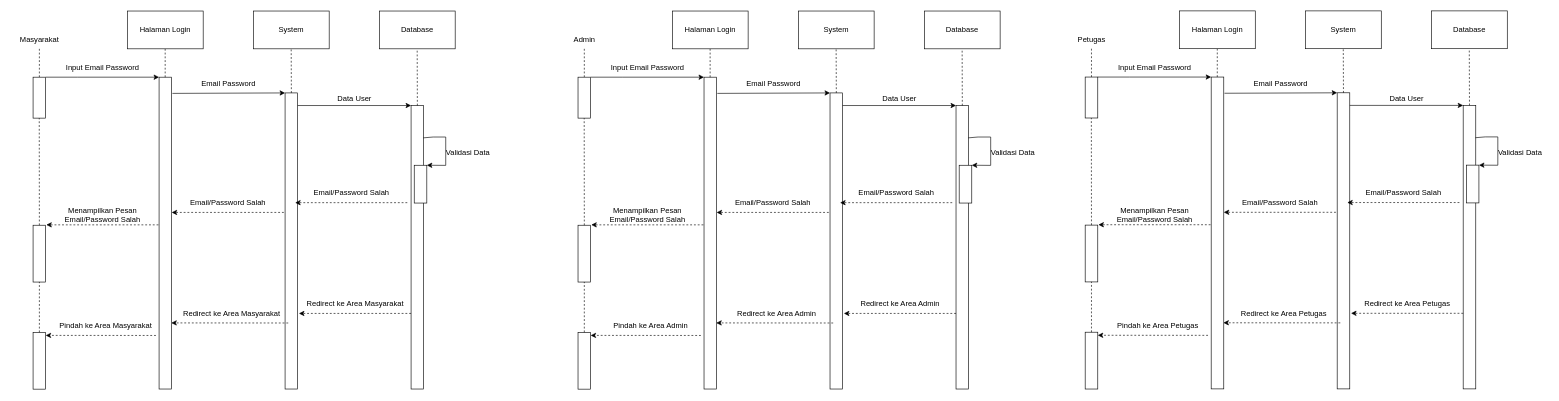
Earlier version of the draw.io diagram page "Sequence Digram (Login)" (9 of 12) of Untitled Diagram.drawio (Enricko/UML). Source tidied: cells renumbered, new cells numbered last; positions are measured from the earlier drawing's top-left corner, leaving out a move shared by most shapes. Both pictures are drawn from the tidied source at 63%, with x=0, y=0 at pixel (11, 11).
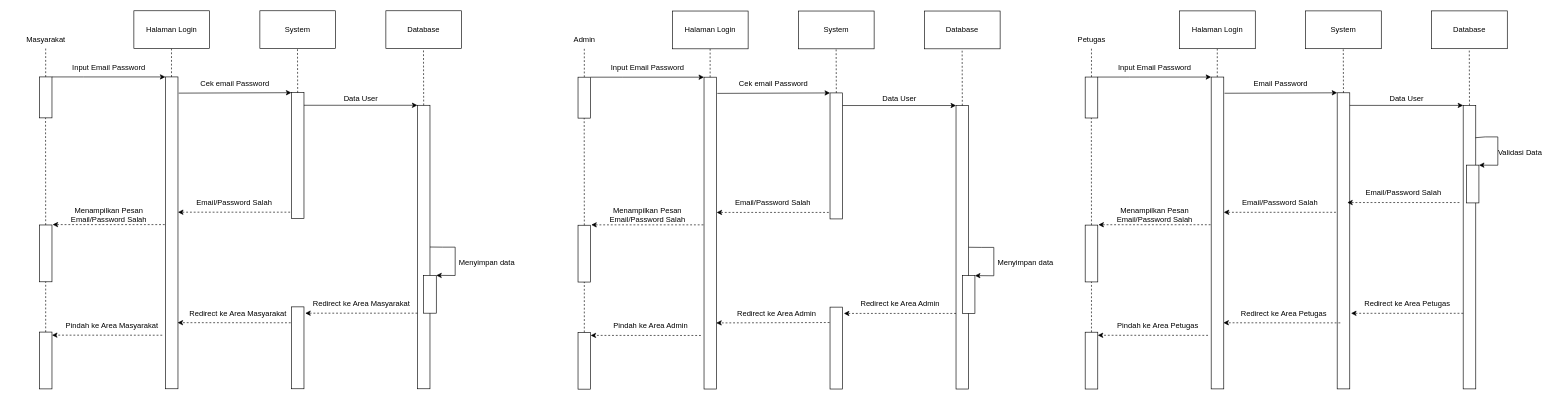
The same page after the edit.

The change refers to these unchanged cells:
```xml
<mxCell id="43" style="rounded=0;whiteSpace=wrap;html=1;" parent="1" vertex="1">
  <mxGeometry x="1100" y="105" width="20" height="495" as="geometry" />
</mxCell>
<mxCell id="52" style="rounded=0;whiteSpace=wrap;html=1;" parent="1" vertex="1">
  <mxGeometry x="1500" y="150" width="20" height="450" as="geometry" />
</mxCell>
```

What changed in the source:
```diff
@@
-    <mxCell id="2" style="endArrow=none;dashed=1;html=1;rounded=0;exitX=0.5;exitY=0;exitDx=0;exitDy=0;" parent="1" edge="1" source="5" target="3">
-      <mxGeometry relative="1" as="geometry" />
-    </mxCell>
-    <mxCell id="3" value="Masyarakat" style="text;html=1;align=center;verticalAlign=middle;points=[];strokeColor=none;fillColor=none;" parent="1" vertex="1">
-      <mxGeometry y="30" width="90" height="30" as="geometry" />
-    </mxCell>
-    <mxCell id="4" style="edgeStyle=orthogonalEdgeStyle;rounded=0;jettySize=auto;html=1;exitX=1;exitY=0;exitDx=0;exitDy=0;entryX=0;entryY=0;entryDx=0;entryDy=0;" parent="1" edge="1" source="5" target="6">
-      <mxGeometry relative="1" as="geometry">
-        <Array as="points">
-          <mxPoint x="105" y="105" />
-          <mxPoint x="105" y="105" />
-        </Array>
-      </mxGeometry>
-    </mxCell>
-    <mxCell id="5" style="rounded=0;whiteSpace=wrap;html=1;" parent="1" vertex="1">
-      <mxGeometry x="35" y="105" width="20" height="65" as="geometry" />
-    </mxCell>
-    <mxCell id="6" style="rounded=0;whiteSpace=wrap;html=1;" parent="1" vertex="1">
-      <mxGeometry x="235" y="105" width="20" height="495" as="geometry" />
-    </mxCell>
-    <mxCell id="7" style="endArrow=none;dashed=1;html=1;rounded=0;exitX=0.5;exitY=0;exitDx=0;exitDy=0;" parent="1" edge="1">
-      <mxGeometry relative="1" as="geometry">
-        <mxPoint x="244.7" y="105" as="sourcePoint" />
-        <mxPoint x="244.7" y="60" as="targetPoint" />
-      </mxGeometry>
-    </mxCell>
-    <mxCell id="8" value="Halaman Login" style="whiteSpace=wrap;html=1;" parent="1" vertex="1">
-      <mxGeometry x="185" width="120" height="60" as="geometry" />
-    </mxCell>
-    <mxCell id="9" style="rounded=0;whiteSpace=wrap;html=1;" parent="1" vertex="1">
-      <mxGeometry x="435" y="130" width="20" height="470" as="geometry" />
-    </mxCell>
-    <mxCell id="10" style="endArrow=none;dashed=1;html=1;rounded=0;exitX=0.5;exitY=0;exitDx=0;exitDy=0;" parent="1" edge="1" source="9">
-      <mxGeometry relative="1" as="geometry">
-        <mxPoint x="444.7" y="60" as="targetPoint" />
-      </mxGeometry>
-    </mxCell>
-    <mxCell id="11" value="System" style="whiteSpace=wrap;html=1;" parent="1" vertex="1">
-      <mxGeometry x="385" width="120" height="60" as="geometry" />
-    </mxCell>
-    <mxCell id="12" style="endArrow=classic;html=1;rounded=0;exitX=1.057;exitY=0.052;exitDx=0;exitDy=0;entryX=0;entryY=0;entryDx=0;entryDy=0;exitPerimeter=0;" parent="1" edge="1" source="6" target="9">
-      <mxGeometry relative="1" as="geometry" />
-    </mxCell>
-    <mxCell id="13" value="Input Email Password" style="text;html=1;align=center;verticalAlign=middle;strokeColor=none;fillColor=none;" parent="1" vertex="1">
-      <mxGeometry x="75" y="75" width="140" height="30" as="geometry" />
-    </mxCell>
-    <mxCell id="14" value="Email Password" style="text;html=1;align=center;verticalAlign=middle;strokeColor=none;fillColor=none;" parent="1" vertex="1">
-      <mxGeometry x="290" y="100" width="110" height="30" as="geometry" />
-    </mxCell>
-    <mxCell id="15" style="rounded=0;whiteSpace=wrap;html=1;" parent="1" vertex="1">
-      <mxGeometry x="635" y="150" width="20" height="450" as="geometry" />
-    </mxCell>
-    <mxCell id="16" style="endArrow=none;dashed=1;html=1;rounded=0;exitX=0.5;exitY=0;exitDx=0;exitDy=0;" parent="1" edge="1" source="15">
-      <mxGeometry relative="1" as="geometry">
-        <mxPoint x="644.7" y="60" as="targetPoint" />
-      </mxGeometry>
-    </mxCell>
-    <mxCell id="17" value="Database" style="whiteSpace=wrap;html=1;" parent="1" vertex="1">
-      <mxGeometry x="585" width="120" height="60" as="geometry" />
-    </mxCell>
-    <mxCell id="18" style="endArrow=classic;html=1;rounded=0;exitX=1.017;exitY=0.111;exitDx=0;exitDy=0;entryX=0;entryY=0;entryDx=0;entryDy=0;exitPerimeter=0;" parent="1" edge="1">
-      <mxGeometry relative="1" as="geometry">
-        <mxPoint x="455" y="150" as="sourcePoint" />
-        <mxPoint x="635" y="150" as="targetPoint" />
-      </mxGeometry>
-    </mxCell>
-    <mxCell id="19" value="Data User" style="text;html=1;align=center;verticalAlign=middle;strokeColor=none;fillColor=none;" parent="1" vertex="1">
-      <mxGeometry x="505" y="125" width="80" height="30" as="geometry" />
-    </mxCell>
-    <mxCell id="20" style="rounded=0;whiteSpace=wrap;html=1;" parent="1" vertex="1">
-      <mxGeometry x="35" y="340" width="20" height="90.2" as="geometry" />
-    </mxCell>
-    <mxCell id="21" style="endArrow=none;dashed=1;html=1;rounded=0;exitX=0.5;exitY=0;exitDx=0;exitDy=0;" parent="1" edge="1" source="20">
-      <mxGeometry relative="1" as="geometry">
-        <mxPoint x="44.8" y="170" as="targetPoint" />
-      </mxGeometry>
-    </mxCell>
-    <mxCell id="22" style="rounded=0;whiteSpace=wrap;html=1;" parent="1" vertex="1">
-      <mxGeometry x="640" y="244.8" width="20" height="60" as="geometry" />
-    </mxCell>
-    <mxCell id="23" style="endArrow=classic;html=1;rounded=0;entryX=1;entryY=0;entryDx=0;entryDy=0;exitX=0.971;exitY=0.114;exitDx=0;exitDy=0;exitPerimeter=0;" parent="1" edge="1" source="15" target="22">
-      <mxGeometry relative="1" as="geometry">
-        <Array as="points">
-          <mxPoint x="670" y="200" />
-          <mxPoint x="690" y="200" />
-          <mxPoint x="690" y="245" />
-        </Array>
-      </mxGeometry>
-    </mxCell>
-    <mxCell id="24" value="Validasi Data" style="text;html=1;align=center;verticalAlign=middle;strokeColor=none;fillColor=none;" parent="1" vertex="1">
-      <mxGeometry x="680" y="210" width="90" height="30" as="geometry" />
-    </mxCell>
-    <mxCell id="25" style="endArrow=classic;html=1;rounded=0;dashed=1;exitX=-0.055;exitY=0.336;exitDx=0;exitDy=0;exitPerimeter=0;entryX=1.029;entryY=0.401;entryDx=0;entryDy=0;entryPerimeter=0;" parent="1" edge="1">
-      <mxGeometry relative="1" as="geometry">
-        <mxPoint x="629" y="304.2" as="sourcePoint" />
-        <mxPoint x="451" y="304.2" as="targetPoint" />
-      </mxGeometry>
-    </mxCell>
-    <mxCell id="26" value="Email/Password Salah" style="text;html=1;align=center;verticalAlign=middle;strokeColor=none;fillColor=none;" parent="1" vertex="1">
-      <mxGeometry x="470" y="274.2" width="140" height="30" as="geometry" />
-    </mxCell>
-    <mxCell id="27" style="endArrow=classic;html=1;rounded=0;dashed=1;exitX=-0.055;exitY=0.336;exitDx=0;exitDy=0;exitPerimeter=0;entryX=1.029;entryY=0.401;entryDx=0;entryDy=0;entryPerimeter=0;" parent="1" edge="1">
-      <mxGeometry relative="1" as="geometry">
-        <mxPoint x="433" y="319.7" as="sourcePoint" />
-        <mxPoint x="255" y="319.7" as="targetPoint" />
-      </mxGeometry>
-    </mxCell>
-    <mxCell id="28" value="Email/Password Salah" style="text;html=1;align=center;verticalAlign=middle;strokeColor=none;fillColor=none;" parent="1" vertex="1">
-      <mxGeometry x="274" y="289.7" width="140" height="30" as="geometry" />
-    </mxCell>
-    <mxCell id="29" style="endArrow=classic;html=1;rounded=0;dashed=1;exitX=-0.055;exitY=0.336;exitDx=0;exitDy=0;exitPerimeter=0;entryX=1.029;entryY=0.401;entryDx=0;entryDy=0;entryPerimeter=0;" parent="1" edge="1">
-      <mxGeometry relative="1" as="geometry">
-        <mxPoint x="234" y="339.4" as="sourcePoint" />
-        <mxPoint x="56" y="339.4" as="targetPoint" />
-      </mxGeometry>
-    </mxCell>
-    <mxCell id="30" value="Menampilkan Pesan&lt;br&gt;Email/Password Salah" style="text;html=1;align=center;verticalAlign=middle;strokeColor=none;fillColor=none;" parent="1" vertex="1">
-      <mxGeometry x="75" y="304.4" width="140" height="40" as="geometry" />
-    </mxCell>
-    <mxCell id="31" style="endArrow=classic;html=1;rounded=0;dashed=1;exitX=-0.055;exitY=0.336;exitDx=0;exitDy=0;exitPerimeter=0;entryX=1.029;entryY=0.401;entryDx=0;entryDy=0;entryPerimeter=0;" parent="1" edge="1">
-      <mxGeometry relative="1" as="geometry">
-        <mxPoint x="635" y="480" as="sourcePoint" />
-        <mxPoint x="457" y="480" as="targetPoint" />
-      </mxGeometry>
-    </mxCell>
-    <mxCell id="32" value="Redirect ke Area Masyarakat" style="text;html=1;align=center;verticalAlign=middle;strokeColor=none;fillColor=none;" parent="1" vertex="1">
-      <mxGeometry x="456" y="450" width="180" height="30" as="geometry" />
-    </mxCell>
-    <mxCell id="33" style="endArrow=classic;html=1;rounded=0;dashed=1;entryX=0.971;entryY=0.788;entryDx=0;entryDy=0;entryPerimeter=0;exitX=0.25;exitY=0.777;exitDx=0;exitDy=0;exitPerimeter=0;" parent="1" edge="1" source="9" target="6">
-      <mxGeometry relative="1" as="geometry" />
-    </mxCell>
-    <mxCell id="34" value="Redirect ke Area Masyarakat" style="text;html=1;align=center;verticalAlign=middle;strokeColor=none;fillColor=none;" parent="1" vertex="1">
-      <mxGeometry x="260" y="465.5" width="180" height="30" as="geometry" />
-    </mxCell>
-    <mxCell id="35" style="endArrow=classic;html=1;rounded=0;dashed=1;entryX=1;entryY=0.054;entryDx=0;entryDy=0;entryPerimeter=0;" parent="1" edge="1" target="36">
-      <mxGeometry relative="1" as="geometry">
-        <mxPoint x="230" y="515" as="sourcePoint" />
-      </mxGeometry>
-    </mxCell>
-    <mxCell id="36" style="rounded=0;whiteSpace=wrap;html=1;" parent="1" vertex="1">
-      <mxGeometry x="35" y="510" width="20" height="90.2" as="geometry" />
-    </mxCell>
-    <mxCell id="37" style="endArrow=none;dashed=1;html=1;rounded=0;" parent="1" edge="1">
-      <mxGeometry relative="1" as="geometry">
-        <mxPoint x="45" y="510" as="sourcePoint" />
-        <mxPoint x="45" y="430" as="targetPoint" />
-      </mxGeometry>
-    </mxCell>
-    <mxCell id="38" value="Pindah ke Area Masyarakat" style="text;html=1;align=center;verticalAlign=middle;strokeColor=none;fillColor=none;" parent="1" vertex="1">
-      <mxGeometry x="65" y="485" width="170" height="30" as="geometry" />
-    </mxCell>
@@
     <mxCell id="46" style="rounded=0;whiteSpace=wrap;html=1;" parent="1" vertex="1">
-      <mxGeometry x="1300" y="130" width="20" height="470" as="geometry" />
+      <mxGeometry x="1300" y="130" width="20" height="200" as="geometry" />
     </mxCell>
@@
-    <mxCell id="51" value="Email Password" style="text;html=1;align=center;verticalAlign=middle;strokeColor=none;fillColor=none;" parent="1" vertex="1">
-      <mxGeometry x="1155" y="100" width="110" height="30" as="geometry" />
+    <mxCell id="51" value="Cek email Password" style="text;html=1;align=center;verticalAlign=middle;strokeColor=none;fillColor=none;" parent="1" vertex="1">
+      <mxGeometry x="1145" y="100" width="130" height="30" as="geometry" />
     </mxCell>
@@
     <mxCell id="59" style="rounded=0;whiteSpace=wrap;html=1;" parent="1" vertex="1">
-      <mxGeometry x="1505" y="244.8" width="20" height="60" as="geometry" />
+      <mxGeometry x="1510" y="420" width="20" height="60" as="geometry" />
     </mxCell>
-    <mxCell id="60" style="endArrow=classic;html=1;rounded=0;entryX=1;entryY=0;entryDx=0;entryDy=0;exitX=0.971;exitY=0.114;exitDx=0;exitDy=0;exitPerimeter=0;" parent="1" edge="1" source="52" target="59">
+    <mxCell id="60" style="endArrow=classic;html=1;rounded=0;entryX=1;entryY=0;entryDx=0;entryDy=0;exitX=1;exitY=0.5;exitDx=0;exitDy=0;" parent="1" edge="1" source="52" target="59">
       <mxGeometry relative="1" as="geometry">
         <Array as="points">
-          <mxPoint x="1535" y="200" />
-          <mxPoint x="1555" y="200" />
-          <mxPoint x="1555" y="245" />
+          <mxPoint x="1540" y="375.2" />
+          <mxPoint x="1560" y="375.2" />
+          <mxPoint x="1560" y="420.2" />
         </Array>
       </mxGeometry>
     </mxCell>
-    <mxCell id="61" value="Validasi Data" style="text;html=1;align=center;verticalAlign=middle;strokeColor=none;fillColor=none;" parent="1" vertex="1">
-      <mxGeometry x="1545" y="210" width="90" height="30" as="geometry" />
+    <mxCell id="61" value="Menyimpan data" style="text;html=1;align=center;verticalAlign=middle;strokeColor=none;fillColor=none;" parent="1" vertex="1">
+      <mxGeometry x="1555" y="385" width="110" height="30" as="geometry" />
     </mxCell>
-    <mxCell id="62" style="endArrow=classic;html=1;rounded=0;dashed=1;exitX=-0.055;exitY=0.336;exitDx=0;exitDy=0;exitPerimeter=0;entryX=1.029;entryY=0.401;entryDx=0;entryDy=0;entryPerimeter=0;" parent="1" edge="1">
-      <mxGeometry relative="1" as="geometry">
-        <mxPoint x="1494" y="304.2" as="sourcePoint" />
-        <mxPoint x="1316" y="304.2" as="targetPoint" />
-      </mxGeometry>
-    </mxCell>
-    <mxCell id="63" value="Email/Password Salah" style="text;html=1;align=center;verticalAlign=middle;strokeColor=none;fillColor=none;" parent="1" vertex="1">
-      <mxGeometry x="1335" y="274.2" width="140" height="30" as="geometry" />
-    </mxCell>
@@
-    <mxCell id="70" style="endArrow=classic;html=1;rounded=0;dashed=1;entryX=0.971;entryY=0.788;entryDx=0;entryDy=0;entryPerimeter=0;exitX=0.25;exitY=0.777;exitDx=0;exitDy=0;exitPerimeter=0;" parent="1" edge="1" source="46" target="43">
+    <mxCell id="70" style="endArrow=classic;html=1;rounded=0;dashed=1;entryX=0.971;entryY=0.788;entryDx=0;entryDy=0;entryPerimeter=0;exitX=-0.04;exitY=0.188;exitDx=0;exitDy=0;exitPerimeter=0;" parent="1" edge="1" source="113" target="43">
       <mxGeometry relative="1" as="geometry" />
     </mxCell>
@@
+    <mxCell id="113" style="rounded=0;whiteSpace=wrap;html=1;" parent="1" vertex="1">
+      <mxGeometry x="1300" y="470" width="20" height="130" as="geometry" />
+    </mxCell>
+    <mxCell id="114" style="endArrow=none;dashed=1;html=1;rounded=0;exitX=0.5;exitY=0;exitDx=0;exitDy=0;" parent="1" edge="1" source="116" target="3">
+      <mxGeometry relative="1" as="geometry" />
+    </mxCell>
+    <mxCell id="3" value="Masyarakat" style="text;html=1;align=center;verticalAlign=middle;points=[];strokeColor=none;fillColor=none;" parent="1" vertex="1">
+      <mxGeometry x="10" y="29.6" width="90" height="30" as="geometry" />
+    </mxCell>
+    <mxCell id="115" style="edgeStyle=orthogonalEdgeStyle;rounded=0;jettySize=auto;html=1;exitX=1;exitY=0;exitDx=0;exitDy=0;entryX=0;entryY=0;entryDx=0;entryDy=0;" parent="1" edge="1" source="116" target="117">
+      <mxGeometry relative="1" as="geometry">
+        <Array as="points">
+          <mxPoint x="115" y="104.6" />
+          <mxPoint x="115" y="104.6" />
+        </Array>
+      </mxGeometry>
+    </mxCell>
+    <mxCell id="116" style="rounded=0;whiteSpace=wrap;html=1;" parent="1" vertex="1">
+      <mxGeometry x="45" y="104.6" width="20" height="65" as="geometry" />
+    </mxCell>
+    <mxCell id="117" style="rounded=0;whiteSpace=wrap;html=1;" parent="1" vertex="1">
+      <mxGeometry x="245" y="104.6" width="20" height="495" as="geometry" />
+    </mxCell>
+    <mxCell id="118" style="endArrow=none;dashed=1;html=1;rounded=0;exitX=0.5;exitY=0;exitDx=0;exitDy=0;" parent="1" edge="1">
+      <mxGeometry relative="1" as="geometry">
+        <mxPoint x="254.7" y="104.6" as="sourcePoint" />
+        <mxPoint x="254.7" y="59.6" as="targetPoint" />
+      </mxGeometry>
+    </mxCell>
+    <mxCell id="8" value="Halaman Login" style="whiteSpace=wrap;html=1;" parent="1" vertex="1">
+      <mxGeometry x="195" y="-0.4" width="120" height="60" as="geometry" />
+    </mxCell>
+    <mxCell id="119" style="rounded=0;whiteSpace=wrap;html=1;" parent="1" vertex="1">
+      <mxGeometry x="445" y="129.6" width="20" height="200" as="geometry" />
+    </mxCell>
+    <mxCell id="120" style="endArrow=none;dashed=1;html=1;rounded=0;exitX=0.5;exitY=0;exitDx=0;exitDy=0;" parent="1" edge="1" source="119">
+      <mxGeometry relative="1" as="geometry">
+        <mxPoint x="454.7" y="59.6" as="targetPoint" />
+      </mxGeometry>
+    </mxCell>
+    <mxCell id="11" value="System" style="whiteSpace=wrap;html=1;" parent="1" vertex="1">
+      <mxGeometry x="395" y="-0.4" width="120" height="60" as="geometry" />
+    </mxCell>
+    <mxCell id="121" style="endArrow=classic;html=1;rounded=0;exitX=1.057;exitY=0.052;exitDx=0;exitDy=0;entryX=0;entryY=0;entryDx=0;entryDy=0;exitPerimeter=0;" parent="1" edge="1" source="117" target="119">
+      <mxGeometry relative="1" as="geometry" />
+    </mxCell>
+    <mxCell id="13" value="Input Email Password" style="text;html=1;align=center;verticalAlign=middle;strokeColor=none;fillColor=none;" parent="1" vertex="1">
+      <mxGeometry x="85" y="74.6" width="140" height="30" as="geometry" />
+    </mxCell>
+    <mxCell id="122" value="Cek email Password" style="text;html=1;align=center;verticalAlign=middle;strokeColor=none;fillColor=none;" parent="1" vertex="1">
+      <mxGeometry x="290" y="99.6" width="130" height="30" as="geometry" />
+    </mxCell>
+    <mxCell id="123" style="rounded=0;whiteSpace=wrap;html=1;" parent="1" vertex="1">
+      <mxGeometry x="645" y="149.6" width="20" height="450" as="geometry" />
+    </mxCell>
+    <mxCell id="124" style="endArrow=none;dashed=1;html=1;rounded=0;exitX=0.5;exitY=0;exitDx=0;exitDy=0;" parent="1" edge="1" source="123">
+      <mxGeometry relative="1" as="geometry">
+        <mxPoint x="654.7" y="59.6" as="targetPoint" />
+      </mxGeometry>
+    </mxCell>
+    <mxCell id="17" value="Database" style="whiteSpace=wrap;html=1;" parent="1" vertex="1">
+      <mxGeometry x="595" y="-0.4" width="120" height="60" as="geometry" />
+    </mxCell>
+    <mxCell id="125" style="endArrow=classic;html=1;rounded=0;exitX=1.017;exitY=0.111;exitDx=0;exitDy=0;entryX=0;entryY=0;entryDx=0;entryDy=0;exitPerimeter=0;" parent="1" edge="1">
+      <mxGeometry relative="1" as="geometry">
+        <mxPoint x="465" y="149.6" as="sourcePoint" />
+        <mxPoint x="645" y="149.6" as="targetPoint" />
+      </mxGeometry>
+    </mxCell>
+    <mxCell id="19" value="Data User" style="text;html=1;align=center;verticalAlign=middle;strokeColor=none;fillColor=none;" parent="1" vertex="1">
+      <mxGeometry x="515" y="124.6" width="80" height="30" as="geometry" />
+    </mxCell>
+    <mxCell id="126" style="rounded=0;whiteSpace=wrap;html=1;" parent="1" vertex="1">
+      <mxGeometry x="45" y="339.6" width="20" height="90.2" as="geometry" />
+    </mxCell>
+    <mxCell id="127" style="endArrow=none;dashed=1;html=1;rounded=0;exitX=0.5;exitY=0;exitDx=0;exitDy=0;" parent="1" edge="1" source="126">
+      <mxGeometry relative="1" as="geometry">
+        <mxPoint x="54.8" y="169.6" as="targetPoint" />
+      </mxGeometry>
+    </mxCell>
+    <mxCell id="128" style="rounded=0;whiteSpace=wrap;html=1;" parent="1" vertex="1">
+      <mxGeometry x="655" y="419.6" width="20" height="60" as="geometry" />
+    </mxCell>
+    <mxCell id="129" style="endArrow=classic;html=1;rounded=0;entryX=1;entryY=0;entryDx=0;entryDy=0;exitX=1;exitY=0.5;exitDx=0;exitDy=0;" parent="1" edge="1" source="123" target="128">
+      <mxGeometry relative="1" as="geometry">
+        <Array as="points">
+          <mxPoint x="685" y="374.8" />
+          <mxPoint x="705" y="374.8" />
+          <mxPoint x="705" y="419.8" />
+        </Array>
+      </mxGeometry>
+    </mxCell>
+    <mxCell id="130" value="Menyimpan data" style="text;html=1;align=center;verticalAlign=middle;strokeColor=none;fillColor=none;" parent="1" vertex="1">
+      <mxGeometry x="700" y="384.6" width="110" height="30" as="geometry" />
+    </mxCell>
+    <mxCell id="131" style="endArrow=classic;html=1;rounded=0;dashed=1;exitX=-0.055;exitY=0.336;exitDx=0;exitDy=0;exitPerimeter=0;entryX=1.029;entryY=0.401;entryDx=0;entryDy=0;entryPerimeter=0;" parent="1" edge="1">
+      <mxGeometry relative="1" as="geometry">
+        <mxPoint x="443" y="319.3" as="sourcePoint" />
+        <mxPoint x="265" y="319.3" as="targetPoint" />
+      </mxGeometry>
+    </mxCell>
+    <mxCell id="132" value="Email/Password Salah" style="text;html=1;align=center;verticalAlign=middle;strokeColor=none;fillColor=none;" parent="1" vertex="1">
+      <mxGeometry x="284" y="289.3" width="140" height="30" as="geometry" />
+    </mxCell>
+    <mxCell id="133" style="endArrow=classic;html=1;rounded=0;dashed=1;exitX=-0.055;exitY=0.336;exitDx=0;exitDy=0;exitPerimeter=0;entryX=1.029;entryY=0.401;entryDx=0;entryDy=0;entryPerimeter=0;" parent="1" edge="1">
+      <mxGeometry relative="1" as="geometry">
+        <mxPoint x="244" y="339" as="sourcePoint" />
+        <mxPoint x="66" y="339" as="targetPoint" />
+      </mxGeometry>
+    </mxCell>
+    <mxCell id="30" value="Menampilkan Pesan&lt;br&gt;Email/Password Salah" style="text;html=1;align=center;verticalAlign=middle;strokeColor=none;fillColor=none;" parent="1" vertex="1">
+      <mxGeometry x="85" y="304" width="140" height="40" as="geometry" />
+    </mxCell>
+    <mxCell id="134" style="endArrow=classic;html=1;rounded=0;dashed=1;exitX=-0.055;exitY=0.336;exitDx=0;exitDy=0;exitPerimeter=0;entryX=1.029;entryY=0.401;entryDx=0;entryDy=0;entryPerimeter=0;" parent="1" edge="1">
+      <mxGeometry relative="1" as="geometry">
+        <mxPoint x="645" y="479.6" as="sourcePoint" />
+        <mxPoint x="467" y="479.6" as="targetPoint" />
+      </mxGeometry>
+    </mxCell>
+    <mxCell id="135" value="Redirect ke Area Masyarakat" style="text;html=1;align=center;verticalAlign=middle;strokeColor=none;fillColor=none;" parent="1" vertex="1">
+      <mxGeometry x="466" y="449.6" width="180" height="30" as="geometry" />
+    </mxCell>
+    <mxCell id="136" style="endArrow=classic;html=1;rounded=0;dashed=1;entryX=0.971;entryY=0.788;entryDx=0;entryDy=0;entryPerimeter=0;exitX=-0.055;exitY=0.194;exitDx=0;exitDy=0;exitPerimeter=0;" parent="1" edge="1" source="141" target="117">
+      <mxGeometry relative="1" as="geometry" />
+    </mxCell>
+    <mxCell id="137" value="Redirect ke Area Masyarakat" style="text;html=1;align=center;verticalAlign=middle;strokeColor=none;fillColor=none;" parent="1" vertex="1">
+      <mxGeometry x="270" y="465.1" width="180" height="30" as="geometry" />
+    </mxCell>
+    <mxCell id="138" style="endArrow=classic;html=1;rounded=0;dashed=1;entryX=1;entryY=0.054;entryDx=0;entryDy=0;entryPerimeter=0;" parent="1" edge="1" target="139">
+      <mxGeometry relative="1" as="geometry">
+        <mxPoint x="240" y="514.6" as="sourcePoint" />
+      </mxGeometry>
+    </mxCell>
+    <mxCell id="139" style="rounded=0;whiteSpace=wrap;html=1;" parent="1" vertex="1">
+      <mxGeometry x="45" y="509.6" width="20" height="90.2" as="geometry" />
+    </mxCell>
+    <mxCell id="140" style="endArrow=none;dashed=1;html=1;rounded=0;" parent="1" edge="1">
+      <mxGeometry relative="1" as="geometry">
+        <mxPoint x="55" y="509.6" as="sourcePoint" />
+        <mxPoint x="55" y="429.6" as="targetPoint" />
+      </mxGeometry>
+    </mxCell>
+    <mxCell id="38" value="Pindah ke Area Masyarakat" style="text;html=1;align=center;verticalAlign=middle;strokeColor=none;fillColor=none;" parent="1" vertex="1">
+      <mxGeometry x="75" y="484.6" width="170" height="30" as="geometry" />
+    </mxCell>
+    <mxCell id="141" style="rounded=0;whiteSpace=wrap;html=1;" parent="1" vertex="1">
+      <mxGeometry x="445" y="469.6" width="20" height="130" as="geometry" />
+    </mxCell>
```
